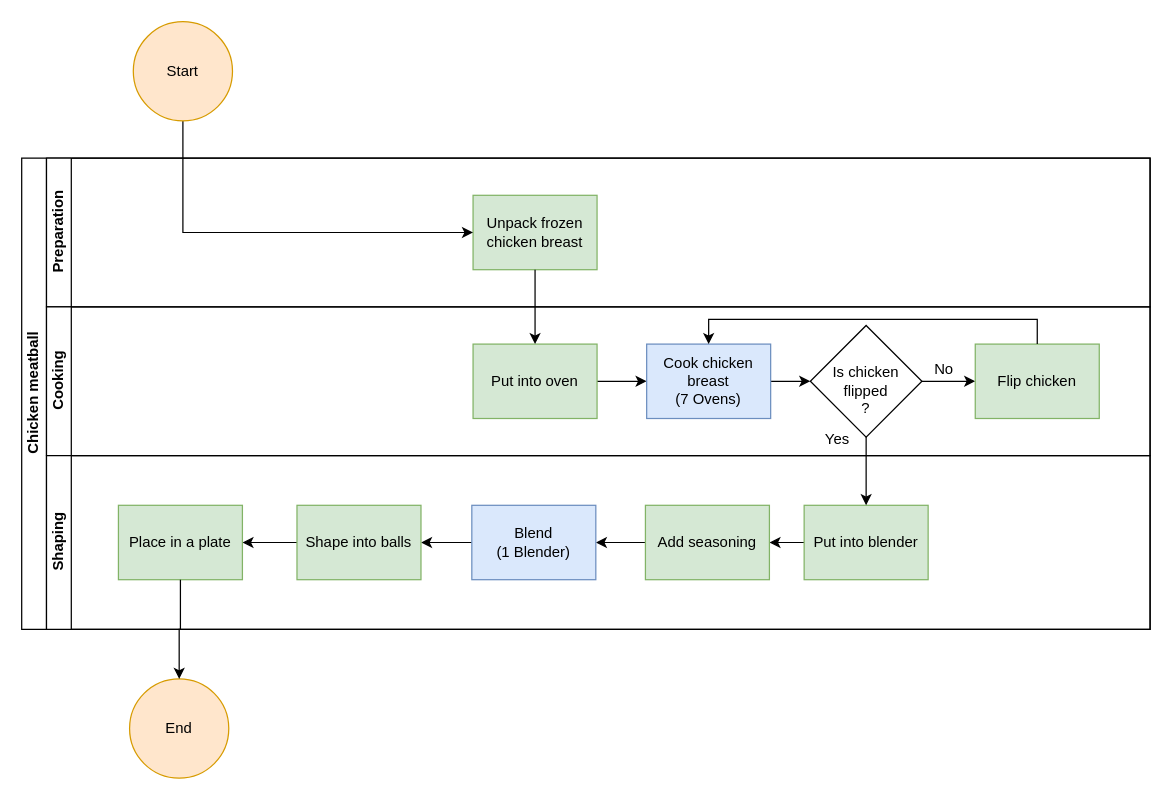
Above: Untitled Diagram.drawio in sorariver/sorariver.github.com- (draw.io), before the change. Source tidied: cells renumbered, new cells numbered last; positions are measured from the earlier drawing's top-left corner, leaving out a move shared by most shapes. Both pictures are drawn from the tidied source at 124%, with x=0, y=0 at pixel (21, 21).
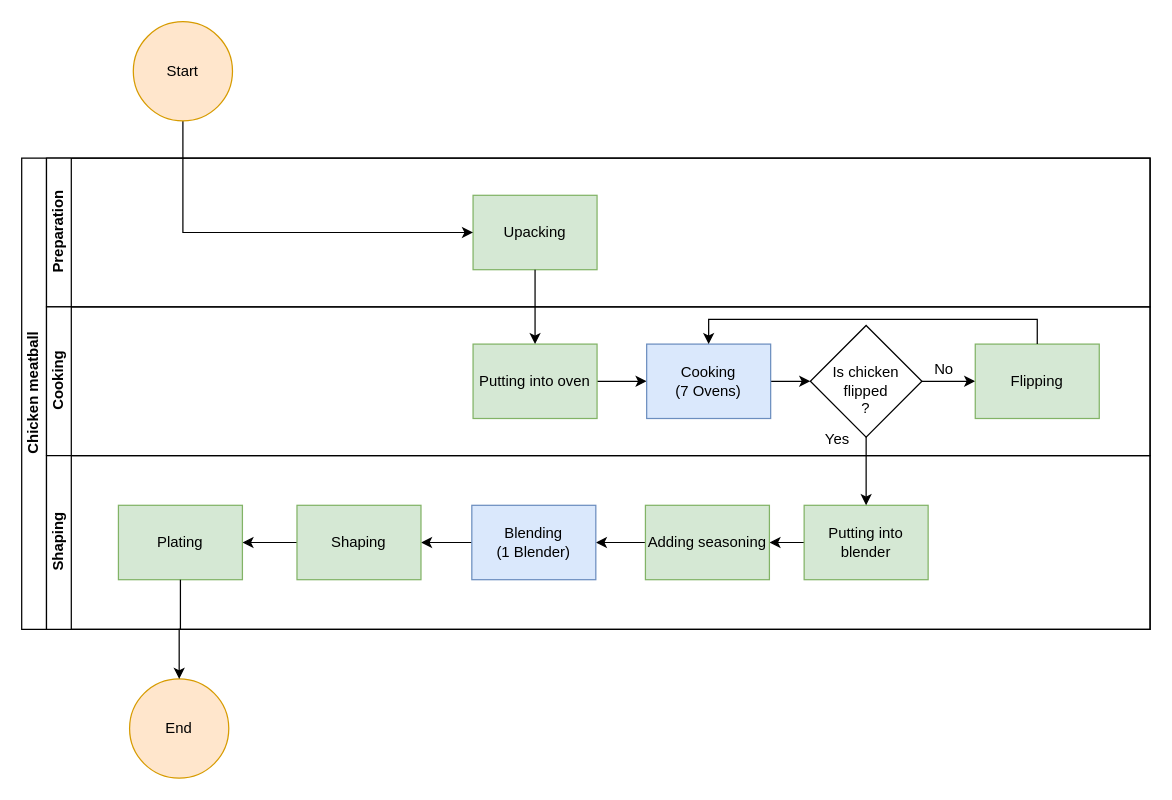
The same diagram, later.

Unchanged cells that the change refers to:
```xml
<mxCell id="3" value="Preparation" style="swimlane;html=1;startSize=20;horizontal=0;" parent="2" vertex="1">
  <mxGeometry x="20" width="890" height="120" as="geometry" />
</mxCell>
<mxCell id="5" value="Cooking" style="swimlane;html=1;startSize=20;horizontal=0;" parent="2" vertex="1">
  <mxGeometry x="20" y="120" width="890" height="120" as="geometry" />
</mxCell>
<mxCell id="16" value="Shaping" style="swimlane;html=1;startSize=20;horizontal=0;" parent="2" vertex="1">
  <mxGeometry x="20" y="240" width="890" height="140" as="geometry" />
</mxCell>
```

The edit, as a diff of the source:
```diff
@@
-    <mxCell id="4" value="Unpack frozen chicken breast" style="whiteSpace=wrap;html=1;rounded=0;fillColor=#d5e8d4;strokeColor=#82b366;" parent="3" vertex="1">
+    <mxCell id="4" value="Upacking" style="whiteSpace=wrap;html=1;rounded=0;fillColor=#d5e8d4;strokeColor=#82b366;" parent="3" vertex="1">
       <mxGeometry x="344" y="30" width="100" height="60" as="geometry" />
     </mxCell>
@@
-    <mxCell id="7" value="Put into oven" style="whiteSpace=wrap;html=1;rounded=0;fillColor=#d5e8d4;strokeColor=#82b366;" parent="5" vertex="1">
+    <mxCell id="7" value="Putting into oven" style="whiteSpace=wrap;html=1;rounded=0;fillColor=#d5e8d4;strokeColor=#82b366;" parent="5" vertex="1">
       <mxGeometry x="344" y="30" width="100" height="60" as="geometry" />
     </mxCell>
@@
-    <mxCell id="9" value="Cook chicken breast&lt;div&gt;(7 Ovens)&lt;/div&gt;" style="whiteSpace=wrap;html=1;rounded=0;fillColor=#dae8fc;strokeColor=#6c8ebf;" parent="5" vertex="1">
+    <mxCell id="9" value="Cooking&lt;div&gt;(7 Ovens)&lt;/div&gt;" style="whiteSpace=wrap;html=1;rounded=0;fillColor=#dae8fc;strokeColor=#6c8ebf;" parent="5" vertex="1">
       <mxGeometry x="484" y="30" width="100" height="60" as="geometry" />
     </mxCell>
@@
-    <mxCell id="12" value="Flip chicken" style="whiteSpace=wrap;html=1;rounded=0;fillColor=#d5e8d4;strokeColor=#82b366;" parent="5" vertex="1">
+    <mxCell id="12" value="Flipping" style="whiteSpace=wrap;html=1;rounded=0;fillColor=#d5e8d4;strokeColor=#82b366;" parent="5" vertex="1">
       <mxGeometry x="749" y="30" width="100" height="60" as="geometry" />
     </mxCell>
@@
-    <mxCell id="18" value="Put into blender" style="whiteSpace=wrap;html=1;rounded=0;fillColor=#d5e8d4;strokeColor=#82b366;" parent="16" vertex="1">
+    <mxCell id="18" value="Putting into blender" style="whiteSpace=wrap;html=1;rounded=0;fillColor=#d5e8d4;strokeColor=#82b366;" parent="16" vertex="1">
       <mxGeometry x="611" y="40" width="100" height="60" as="geometry" />
     </mxCell>
@@
-    <mxCell id="20" value="Add seasoning" style="whiteSpace=wrap;html=1;rounded=0;fillColor=#d5e8d4;strokeColor=#82b366;" parent="16" vertex="1">
+    <mxCell id="20" value="Adding seasoning" style="whiteSpace=wrap;html=1;rounded=0;fillColor=#d5e8d4;strokeColor=#82b366;" parent="16" vertex="1">
       <mxGeometry x="483" y="40" width="100" height="60" as="geometry" />
     </mxCell>
@@
-    <mxCell id="22" value="Blend&lt;div&gt;(1 Blender)&lt;/div&gt;" style="whiteSpace=wrap;html=1;rounded=0;fillColor=#dae8fc;strokeColor=#6c8ebf;" parent="16" vertex="1">
+    <mxCell id="22" value="Blending&lt;div&gt;(1 Blender)&lt;/div&gt;" style="whiteSpace=wrap;html=1;rounded=0;fillColor=#dae8fc;strokeColor=#6c8ebf;" parent="16" vertex="1">
       <mxGeometry x="343" y="40" width="100" height="60" as="geometry" />
     </mxCell>
@@
-    <mxCell id="24" value="Shape into balls" style="whiteSpace=wrap;html=1;rounded=0;fillColor=#d5e8d4;strokeColor=#82b366;" parent="16" vertex="1">
+    <mxCell id="24" value="Shaping" style="whiteSpace=wrap;html=1;rounded=0;fillColor=#d5e8d4;strokeColor=#82b366;" parent="16" vertex="1">
       <mxGeometry x="202" y="40" width="100" height="60" as="geometry" />
     </mxCell>
-    <mxCell id="25" value="Place in a plate" style="whiteSpace=wrap;html=1;rounded=0;fillColor=#d5e8d4;strokeColor=#82b366;" parent="16" vertex="1">
+    <mxCell id="25" value="Plating" style="whiteSpace=wrap;html=1;rounded=0;fillColor=#d5e8d4;strokeColor=#82b366;" parent="16" vertex="1">
       <mxGeometry x="58" y="40" width="100" height="60" as="geometry" />
     </mxCell>
```
